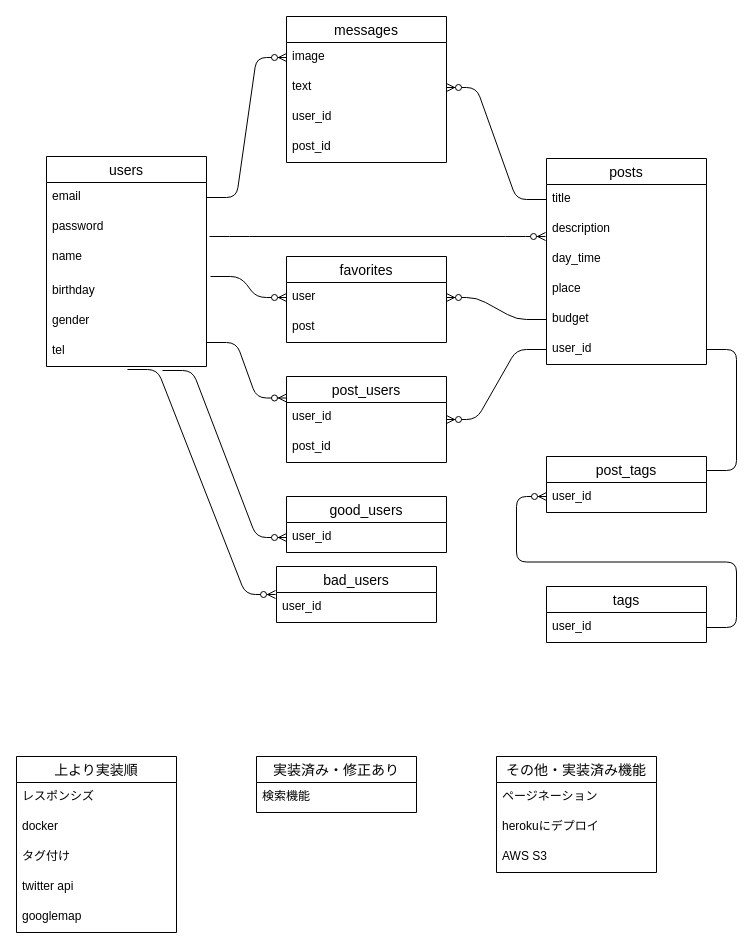
Before: oriapp2.dio in koyama1058/oriapp, a draw.io diagram. Source tidied: cells renumbered, new cells numbered last; positions are measured from the earlier drawing's top-left corner, leaving out a move shared by most shapes. Both pictures are drawn from the tidied source at 100%, with x=0, y=0 at pixel (16, 16).
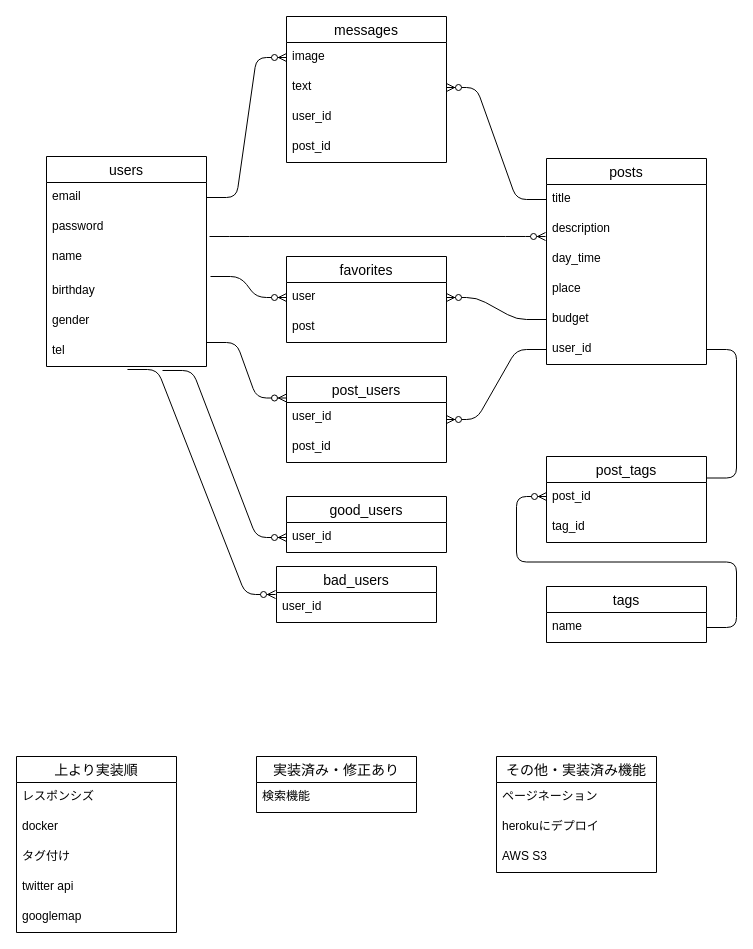
After the change.

Unchanged cells that the change refers to:
```xml
<mxCell id="56" value="tags" style="swimlane;fontStyle=0;horizontal=1;startSize=26;align=center;fontSize=14;" parent="1" vertex="1">
  <mxGeometry x="530" y="570" width="160" height="56" as="geometry" />
</mxCell>
```

Change to the diagram source:
```diff
@@
     <mxCell id="53" value="post_tags" style="swimlane;fontStyle=0;horizontal=1;startSize=26;align=center;fontSize=14;" parent="1" vertex="1">
-      <mxGeometry x="530" y="440" width="160" height="56" as="geometry" />
+      <mxGeometry x="530" y="440" width="160" height="86" as="geometry" />
     </mxCell>
-    <mxCell id="54" value="user_id" style="text;strokeColor=none;fillColor=none;spacingLeft=4;spacingRight=4;overflow=hidden;fontSize=12;" parent="53" vertex="1">
+    <mxCell id="54" value="post_id&#10;" style="text;strokeColor=none;fillColor=none;spacingLeft=4;spacingRight=4;overflow=hidden;fontSize=12;" parent="53" vertex="1">
       <mxGeometry y="26" width="160" height="30" as="geometry" />
     </mxCell>
@@
+    <mxCell id="58" value="tag_id" style="text;strokeColor=none;fillColor=none;spacingLeft=4;spacingRight=4;overflow=hidden;fontSize=12;" parent="53" vertex="1">
+      <mxGeometry y="56" width="160" height="30" as="geometry" />
+    </mxCell>
@@
-    <mxCell id="57" value="user_id" style="text;strokeColor=none;fillColor=none;spacingLeft=4;spacingRight=4;overflow=hidden;points=[[0,0.5],[1,0.5]];portConstraint=eastwest;fontSize=12;" parent="56" vertex="1">
+    <mxCell id="57" value="name" style="text;strokeColor=none;fillColor=none;spacingLeft=4;spacingRight=4;overflow=hidden;points=[[0,0.5],[1,0.5]];portConstraint=eastwest;fontSize=12;" parent="56" vertex="1">
       <mxGeometry y="26" width="160" height="30" as="geometry" />
     </mxCell>
```
